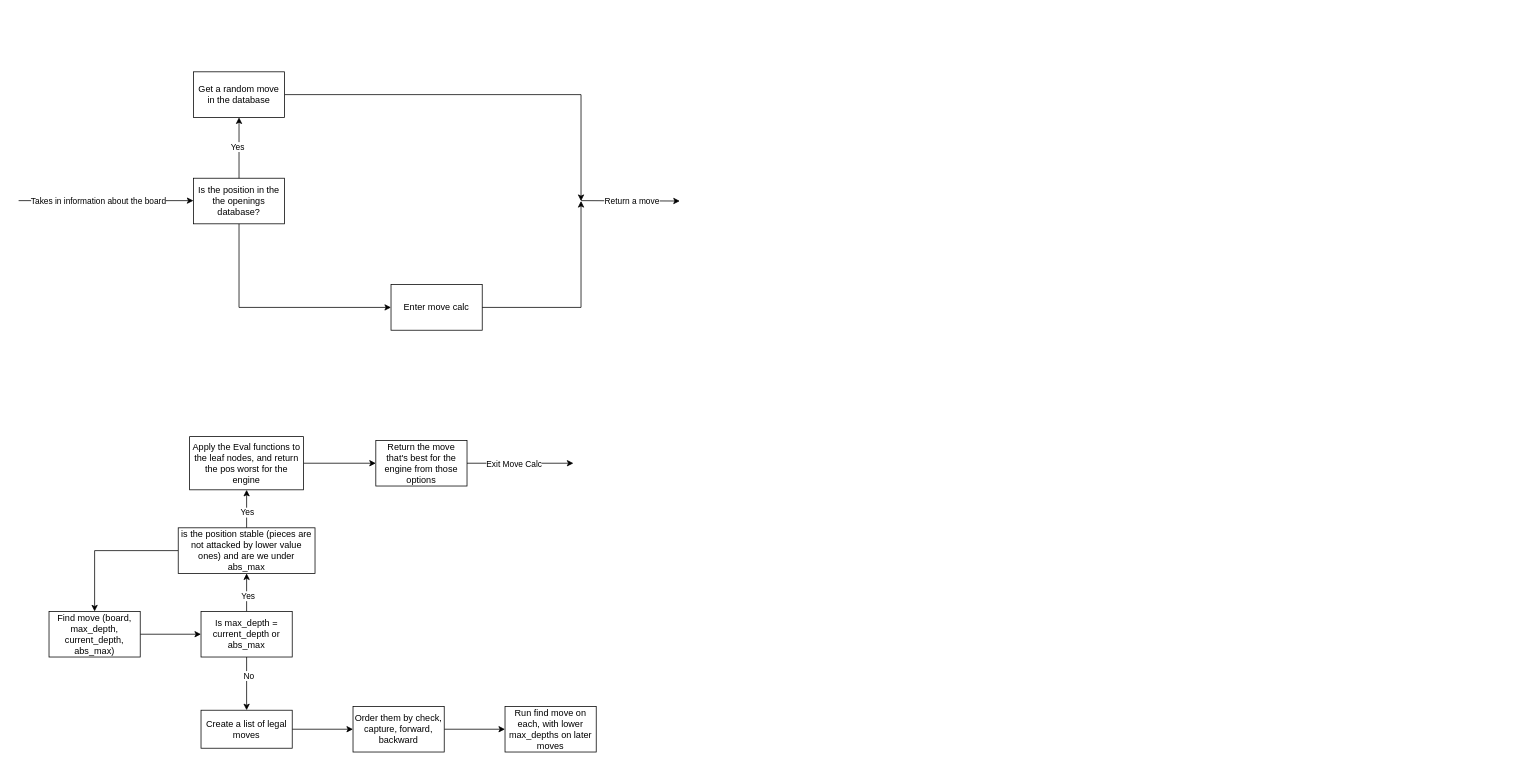
Before: plans and notes/UML plans/Chess Engine.drawio in KirilBourakov/PestoFish2, a draw.io diagram. Source tidied: cells renumbered, new cells numbered last; positions are measured from the earlier drawing's top-left corner, leaving out a move shared by most shapes. Both pictures are drawn from the tidied source at 76%, with x=0, y=0 at pixel (18, 71).
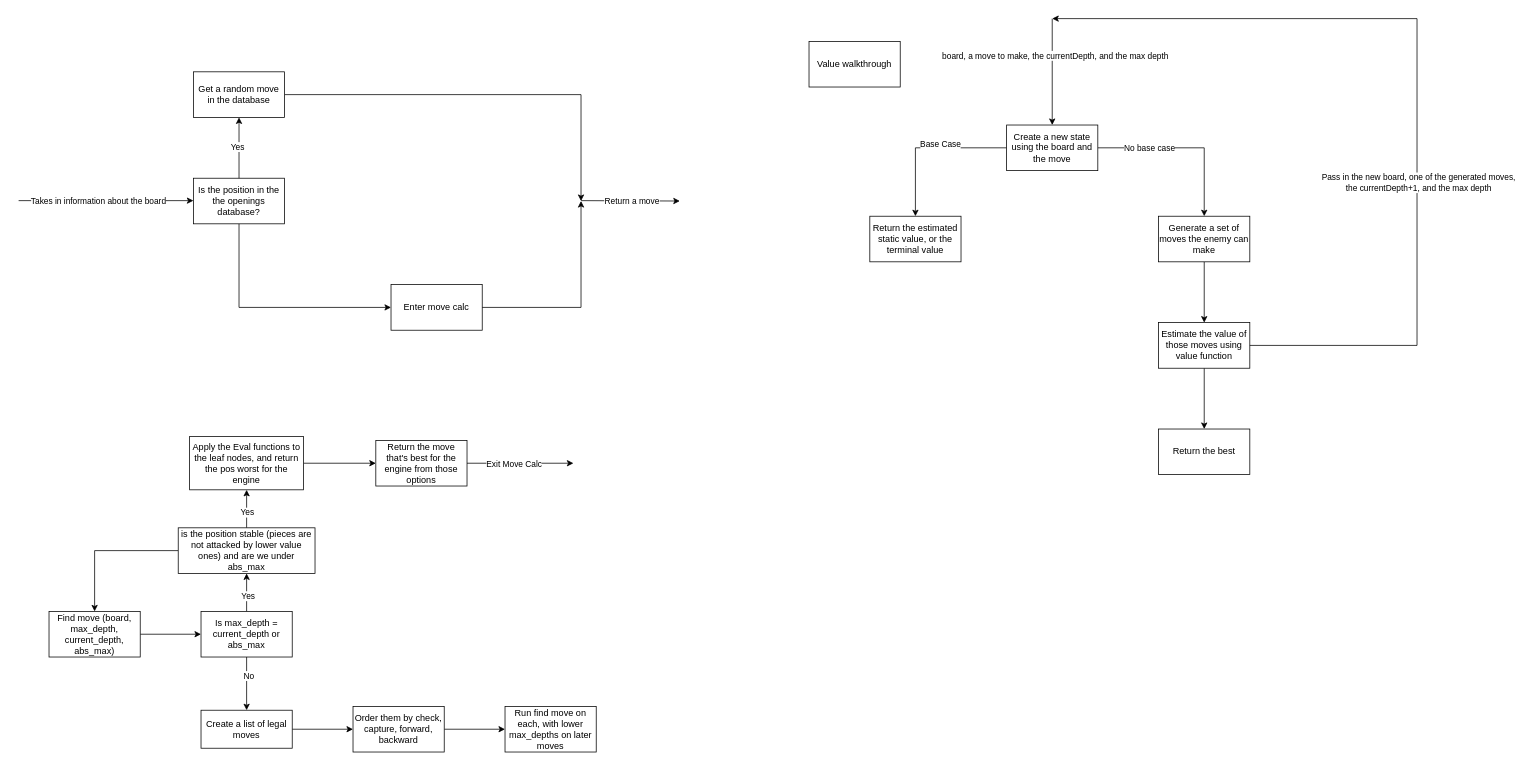
The same diagram, later.

Commit message (it also covers changes not shown here):
implimented the first verison of negamax, limted to first 3 moves in a list.

Change to the diagram source:
```diff
@@
+    <mxCell id="35" value="Value walkthrough" style="rounded=0;whiteSpace=wrap;html=1;" parent="1" vertex="1">
+      <mxGeometry x="1040" y="-40" width="120" height="60" as="geometry" />
+    </mxCell>
+    <mxCell id="36" style="endArrow=classic;html=1;rounded=0;" parent="1" edge="1" target="42">
+      <mxGeometry relative="1" as="geometry">
+        <mxPoint x="1360" y="-70" as="sourcePoint" />
+      </mxGeometry>
+    </mxCell>
+    <mxCell id="37" value="board, a move to make, the currentDepth, and the max depth" style="edgeLabel;html=1;align=center;verticalAlign=middle;" parent="36" vertex="1">
+      <mxGeometry x="-0.31" y="3" relative="1" as="geometry" />
+    </mxCell>
+    <mxCell id="38" style="edgeStyle=orthogonalEdgeStyle;rounded=0;jettySize=auto;html=1;" parent="1" edge="1" source="42" target="44">
+      <mxGeometry relative="1" as="geometry" />
+    </mxCell>
+    <mxCell id="39" value="No base case" style="edgeLabel;html=1;align=center;verticalAlign=middle;" parent="38" vertex="1">
+      <mxGeometry x="-0.42" relative="1" as="geometry" />
+    </mxCell>
+    <mxCell id="40" style="edgeStyle=orthogonalEdgeStyle;rounded=0;jettySize=auto;html=1;" parent="1" edge="1" source="42" target="50">
+      <mxGeometry relative="1" as="geometry" />
+    </mxCell>
+    <mxCell id="41" value="Base Case" style="edgeLabel;html=1;align=center;verticalAlign=middle;" parent="40" vertex="1">
+      <mxGeometry x="-0.17" y="-5" relative="1" as="geometry">
+        <mxPoint x="-1" as="offset" />
+      </mxGeometry>
+    </mxCell>
+    <mxCell id="42" value="Create a new state using the board and the move" style="rounded=0;whiteSpace=wrap;html=1;" parent="1" vertex="1">
+      <mxGeometry x="1300" y="70" width="120" height="60" as="geometry" />
+    </mxCell>
+    <mxCell id="43" style="edgeStyle=orthogonalEdgeStyle;rounded=0;jettySize=auto;html=1;" parent="1" edge="1" source="44" target="46">
+      <mxGeometry relative="1" as="geometry" />
+    </mxCell>
+    <mxCell id="44" value="Generate a set of moves the enemy can make" style="whiteSpace=wrap;html=1;rounded=0;" parent="1" vertex="1">
+      <mxGeometry x="1500" y="190" width="120" height="60" as="geometry" />
+    </mxCell>
+    <mxCell id="45" style="edgeStyle=orthogonalEdgeStyle;rounded=0;jettySize=auto;html=1;" parent="1" edge="1" source="46" target="47">
+      <mxGeometry relative="1" as="geometry" />
+    </mxCell>
+    <mxCell id="46" value="Estimate the value of those moves using value function" style="whiteSpace=wrap;html=1;rounded=0;" parent="1" vertex="1">
+      <mxGeometry x="1500" y="330" width="120" height="60" as="geometry" />
+    </mxCell>
+    <mxCell id="47" value="Return the best" style="whiteSpace=wrap;html=1;rounded=0;" parent="1" vertex="1">
+      <mxGeometry x="1500" y="470" width="120" height="60" as="geometry" />
+    </mxCell>
+    <mxCell id="48" style="endArrow=classic;html=1;rounded=0;exitX=1;exitY=0.5;exitDx=0;exitDy=0;" parent="1" edge="1" source="46">
+      <mxGeometry relative="1" as="geometry">
+        <mxPoint x="1360" y="-70" as="targetPoint" />
+        <Array as="points">
+          <mxPoint x="1840" y="360" />
+          <mxPoint x="1840" y="-70" />
+        </Array>
+      </mxGeometry>
+    </mxCell>
+    <mxCell id="49" value="Pass in the new board, one of the generated moves, &lt;br&gt;the currentDepth+1, and the max depth" style="edgeLabel;html=1;align=center;verticalAlign=middle;" parent="48" vertex="1">
+      <mxGeometry x="-0.23" y="-1" relative="1" as="geometry" />
+    </mxCell>
+    <mxCell id="50" value="Return the estimated static value, or the terminal value" style="whiteSpace=wrap;html=1;rounded=0;" parent="1" vertex="1">
+      <mxGeometry x="1120" y="190" width="120" height="60" as="geometry" />
+    </mxCell>
```
